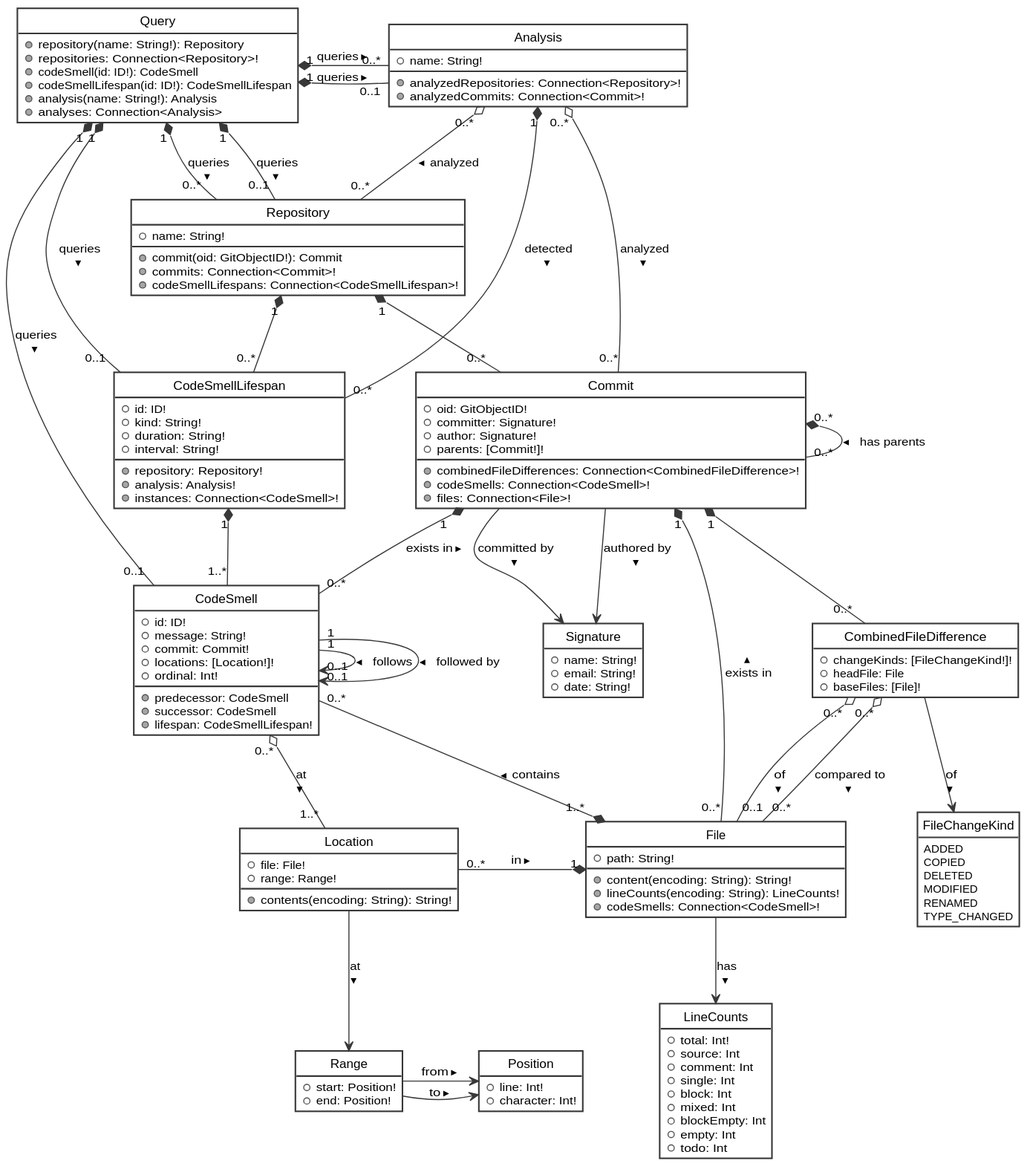
felixfbecker/olfaction keeps this PlantUML diagram as schema/graphql.svg. Above is the earlier version.
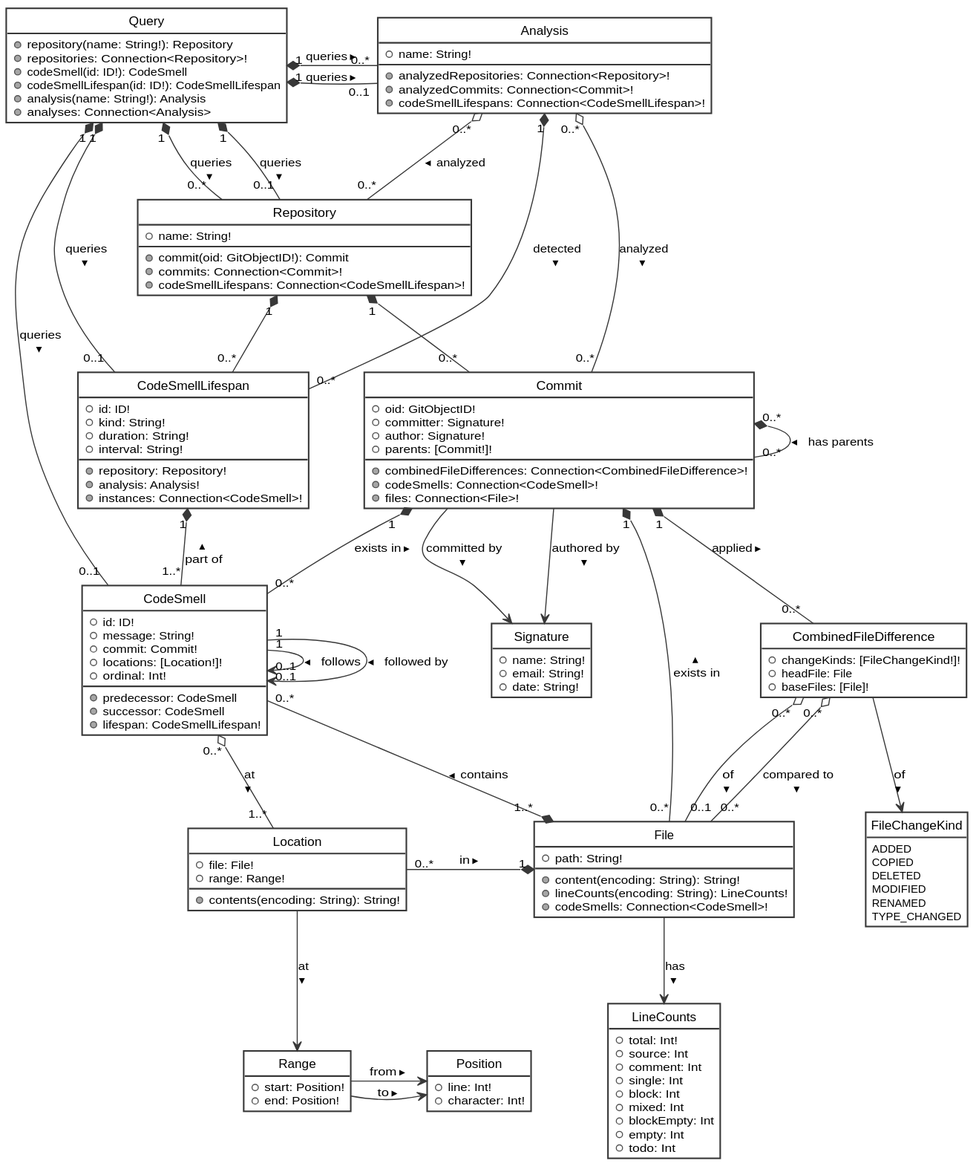
After the change.

Change to the diagram source:
```diff
@@ -27,6 +27,7 @@
   +name: String!
   {method} +analyzedRepositories: Connection<Repository>!
   {method} +analyzedCommits: Connection<Commit>!
+  {method} +codeSmellLifespans: Connection<CodeSmellLifespan>!
 }
 
 class Repository {
@@ -53,7 +54,7 @@
 Commit --> Signature : authored by >
 Commit "1" *-- "0..*" CodeSmell : exists in <
 Commit "1" *-- "0..*" File : exists in <
-Commit "1" *-- "0..*" CombinedFileDifference
+Commit "1" *-- "0..*" CombinedFileDifference : applied >
 Commit "0..*" --o "0..*" Analysis : analyzed <
 
 class CombinedFileDifference {
@@ -121,7 +122,7 @@
   {method} +analysis: Analysis!
   {method} +instances: Connection<CodeSmell>!
 }
-CodeSmellLifespan "1" *-- "1..*" CodeSmell
+CodeSmellLifespan "1" *-- "1..*" CodeSmell : part of <
 CodeSmellLifespan "0..*" --* "1" Analysis : detected <
 
 class LineCounts {
```
